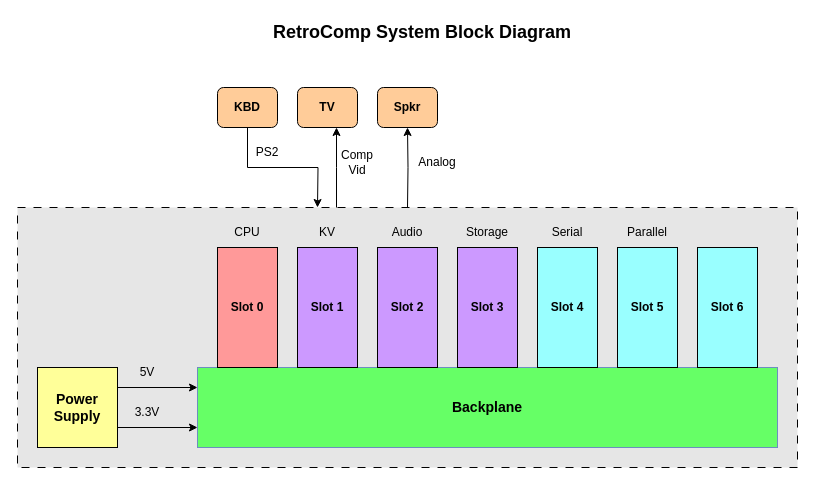
This is docs/RetroComp-System-Block-Diagram.drawio from dervish77/RetroComp, a draw.io file, before an edit. Source tidied: cells renumbered, new cells numbered last; positions are measured from the earlier drawing's top-left corner, leaving out a move shared by most shapes. Both pictures are drawn from the tidied source at 100%, with x=0, y=0 at pixel (17, 17).
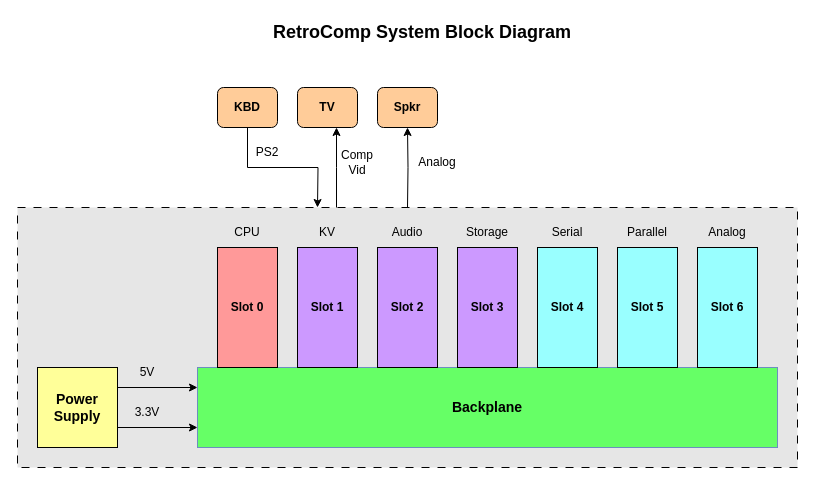
After the change.

Commit message (it also covers changes not shown here):
added analog module diagrams

What changed in the source:
```diff
@@
+    <mxCell id="32" value="Analog" style="text;html=1;align=center;verticalAlign=middle;whiteSpace=wrap;rounded=0;" parent="1" vertex="1">
+      <mxGeometry x="680" y="200" width="60" height="30" as="geometry" />
+    </mxCell>
```
